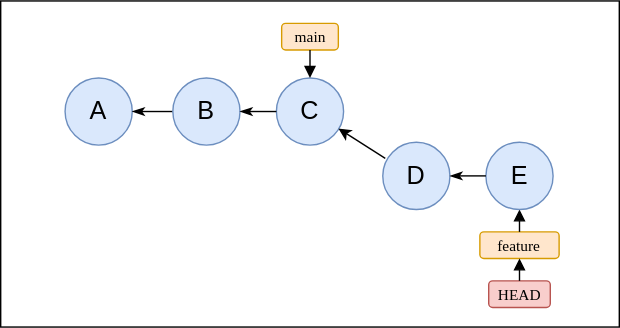
Earlier version of the draw.io export public/diagrams/git-branch-feature-commit.svg (datkumar/code-journal). Source tidied: cells renumbered, new cells last; positions are measured from the earlier drawing's top-left corner, leaving out a move shared by most shapes.
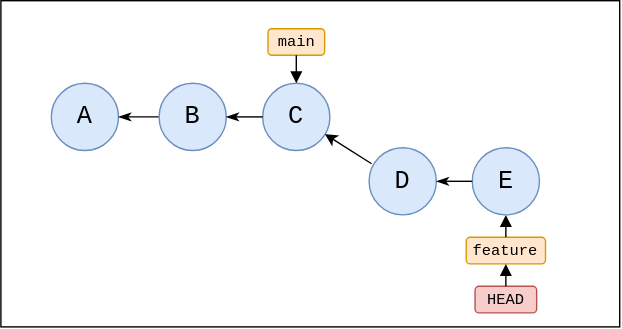
Later version of the same file.

What changed in the source:
```diff
@@ -2,52 +2,52 @@
   <root>
     <mxCell id="0" />
     <mxCell id="1" parent="0" />
-    <mxCell id="2" style="rounded=0;whiteSpace=wrap;html=1;" parent="1" vertex="1">
-      <mxGeometry width="442" height="233" as="geometry" />
+    <mxCell id="2" style="rounded=0;whiteSpace=wrap;html=1;fontFamily=monospace;fontColor=light-dark(#000000,#000000);" parent="1" vertex="1">
+      <mxGeometry x="10" y="-4" width="442" height="233" as="geometry" />
     </mxCell>
-    <mxCell id="3" value="A" style="ellipse;whiteSpace=wrap;html=1;fillColor=#dae8fc;strokeColor=#6c8ebf;fontSize=18;" parent="1" vertex="1">
+    <mxCell id="3" value="A" style="ellipse;whiteSpace=wrap;html=1;fillColor=#dae8fc;strokeColor=#6c8ebf;fontSize=18;fontFamily=monospace;fontColor=light-dark(#000000,#000000);" parent="1" vertex="1">
       <mxGeometry x="46" y="55" width="48" height="48" as="geometry" />
     </mxCell>
-    <mxCell id="4" style="endArrow=classicThin;html=1;rounded=0;exitX=0;exitY=0.5;exitDx=0;exitDy=0;entryX=1;entryY=0.5;entryDx=0;entryDy=0;endFill=1;" parent="1" edge="1" source="9" target="3">
+    <mxCell id="4" style="endArrow=classicThin;html=1;rounded=0;exitX=0;exitY=0.5;exitDx=0;exitDy=0;entryX=1;entryY=0.5;entryDx=0;entryDy=0;endFill=1;fontFamily=monospace;fontColor=light-dark(#000000,#000000);" parent="1" edge="1" source="9" target="3">
       <mxGeometry relative="1" as="geometry" />
     </mxCell>
-    <mxCell id="5" value="&lt;font&gt;HEAD&lt;/font&gt;" style="rounded=1;whiteSpace=wrap;html=1;fillColor=#f8cecc;strokeColor=#b85450;fontFamily=Fira Code;fontSize=11;align=center;verticalAlign=middle;" parent="1" vertex="1">
+    <mxCell id="5" value="&lt;font&gt;HEAD&lt;/font&gt;" style="rounded=1;whiteSpace=wrap;html=1;fillColor=#f8cecc;strokeColor=#b85450;fontFamily=monospace;fontSize=11;align=center;verticalAlign=middle;fontColor=light-dark(#000000,#000000);" parent="1" vertex="1">
       <mxGeometry x="348.7" y="200" width="44" height="19" as="geometry" />
     </mxCell>
-    <mxCell id="6" value="&lt;font&gt;main&lt;/font&gt;" style="rounded=1;whiteSpace=wrap;html=1;fillColor=#ffe6cc;strokeColor=#d79b00;fontFamily=Fira Code;fontSize=11;align=center;verticalAlign=middle;" parent="1" vertex="1">
+    <mxCell id="6" value="&lt;font&gt;main&lt;/font&gt;" style="rounded=1;whiteSpace=wrap;html=1;fillColor=#ffe6cc;strokeColor=#d79b00;fontFamily=monospace;fontSize=11;align=center;verticalAlign=middle;fontColor=light-dark(#000000,#000000);" parent="1" vertex="1">
       <mxGeometry x="200.8" y="16" width="40.5" height="19" as="geometry" />
     </mxCell>
-    <mxCell id="7" value="&lt;font&gt;feature&lt;/font&gt;" style="rounded=1;whiteSpace=wrap;html=1;fillColor=#ffe6cc;strokeColor=#d79b00;fontFamily=Fira Code;fontSize=11;align=center;verticalAlign=middle;" parent="1" vertex="1">
+    <mxCell id="7" value="&lt;font&gt;feature&lt;/font&gt;" style="rounded=1;whiteSpace=wrap;html=1;fillColor=#ffe6cc;strokeColor=#d79b00;fontFamily=monospace;fontSize=11;align=center;verticalAlign=middle;fontColor=light-dark(#000000,#000000);" parent="1" vertex="1">
       <mxGeometry x="342.4" y="165" width="56.6" height="19" as="geometry" />
     </mxCell>
-    <mxCell id="8" style="endArrow=block;html=1;rounded=0;exitX=0.5;exitY=0;exitDx=0;exitDy=0;endFill=1;entryX=0.5;entryY=1;entryDx=0;entryDy=0;" parent="1" edge="1" source="5" target="7">
+    <mxCell id="8" style="endArrow=block;html=1;rounded=0;exitX=0.5;exitY=0;exitDx=0;exitDy=0;endFill=1;entryX=0.5;entryY=1;entryDx=0;entryDy=0;fontFamily=monospace;fontColor=light-dark(#000000,#000000);" parent="1" edge="1" source="5" target="7">
       <mxGeometry relative="1" as="geometry" />
     </mxCell>
-    <mxCell id="9" value="B" style="ellipse;whiteSpace=wrap;html=1;fillColor=#dae8fc;strokeColor=#6c8ebf;fontSize=18;" parent="1" vertex="1">
+    <mxCell id="9" value="B" style="ellipse;whiteSpace=wrap;html=1;fillColor=#dae8fc;strokeColor=#6c8ebf;fontSize=18;fontFamily=monospace;fontColor=light-dark(#000000,#000000);" parent="1" vertex="1">
       <mxGeometry x="123" y="55" width="48" height="48" as="geometry" />
     </mxCell>
-    <mxCell id="10" value="C" style="ellipse;whiteSpace=wrap;html=1;fillColor=#dae8fc;strokeColor=#6c8ebf;fontSize=18;" parent="1" vertex="1">
+    <mxCell id="10" value="C" style="ellipse;whiteSpace=wrap;html=1;fillColor=#dae8fc;strokeColor=#6c8ebf;fontSize=18;fontFamily=monospace;fontColor=light-dark(#000000,#000000);" parent="1" vertex="1">
       <mxGeometry x="197" y="55" width="48" height="48" as="geometry" />
     </mxCell>
-    <mxCell id="11" style="endArrow=classicThin;html=1;rounded=0;exitX=0;exitY=0.5;exitDx=0;exitDy=0;entryX=1;entryY=0.5;entryDx=0;entryDy=0;endFill=1;" parent="1" edge="1" source="10" target="9">
+    <mxCell id="11" style="endArrow=classicThin;html=1;rounded=0;exitX=0;exitY=0.5;exitDx=0;exitDy=0;entryX=1;entryY=0.5;entryDx=0;entryDy=0;endFill=1;fontFamily=monospace;fontColor=light-dark(#000000,#000000);" parent="1" edge="1" source="10" target="9">
       <mxGeometry relative="1" as="geometry" />
     </mxCell>
-    <mxCell id="12" style="endArrow=block;html=1;rounded=0;exitX=0.5;exitY=1;exitDx=0;exitDy=0;endFill=1;entryX=0.5;entryY=0;entryDx=0;entryDy=0;" parent="1" edge="1" source="6" target="10">
+    <mxCell id="12" style="endArrow=block;html=1;rounded=0;exitX=0.5;exitY=1;exitDx=0;exitDy=0;endFill=1;entryX=0.5;entryY=0;entryDx=0;entryDy=0;fontFamily=monospace;fontColor=light-dark(#000000,#000000);" parent="1" edge="1" source="6" target="10">
       <mxGeometry relative="1" as="geometry" />
     </mxCell>
-    <mxCell id="13" style="endArrow=block;html=1;rounded=0;exitX=0.5;exitY=0;exitDx=0;exitDy=0;endFill=1;entryX=0.5;entryY=1;entryDx=0;entryDy=0;" parent="1" edge="1" source="7" target="15">
+    <mxCell id="13" style="endArrow=block;html=1;rounded=0;exitX=0.5;exitY=0;exitDx=0;exitDy=0;endFill=1;entryX=0.5;entryY=1;entryDx=0;entryDy=0;fontFamily=monospace;fontColor=light-dark(#000000,#000000);" parent="1" edge="1" source="7" target="15">
       <mxGeometry relative="1" as="geometry" />
     </mxCell>
-    <mxCell id="14" value="D" style="ellipse;whiteSpace=wrap;html=1;fillColor=#dae8fc;strokeColor=#6c8ebf;fontSize=18;" parent="1" vertex="1">
+    <mxCell id="14" value="D" style="ellipse;whiteSpace=wrap;html=1;fillColor=#dae8fc;strokeColor=#6c8ebf;fontSize=18;fontFamily=monospace;fontColor=light-dark(#000000,#000000);" parent="1" vertex="1">
       <mxGeometry x="273" y="101" width="48" height="48" as="geometry" />
     </mxCell>
-    <mxCell id="15" value="E" style="ellipse;whiteSpace=wrap;html=1;fillColor=#dae8fc;strokeColor=#6c8ebf;fontSize=18;" parent="1" vertex="1">
+    <mxCell id="15" value="E" style="ellipse;whiteSpace=wrap;html=1;fillColor=#dae8fc;strokeColor=#6c8ebf;fontSize=18;fontFamily=monospace;fontColor=light-dark(#000000,#000000);" parent="1" vertex="1">
       <mxGeometry x="346.7" y="101" width="48" height="48" as="geometry" />
     </mxCell>
-    <mxCell id="16" style="endArrow=classicThin;html=1;rounded=0;exitX=0;exitY=0.5;exitDx=0;exitDy=0;entryX=1;entryY=0.5;entryDx=0;entryDy=0;endFill=1;" parent="1" edge="1" source="15" target="14">
+    <mxCell id="16" style="endArrow=classicThin;html=1;rounded=0;exitX=0;exitY=0.5;exitDx=0;exitDy=0;entryX=1;entryY=0.5;entryDx=0;entryDy=0;endFill=1;fontFamily=monospace;fontColor=light-dark(#000000,#000000);" parent="1" edge="1" source="15" target="14">
       <mxGeometry relative="1" as="geometry" />
     </mxCell>
-    <mxCell id="17" style="rounded=0;jettySize=auto;html=1;exitX=0.037;exitY=0.239;exitDx=0;exitDy=0;entryX=0.925;entryY=0.755;entryDx=0;entryDy=0;entryPerimeter=0;exitPerimeter=0;" parent="1" edge="1" source="14" target="10">
+    <mxCell id="17" style="rounded=0;jettySize=auto;html=1;exitX=0.037;exitY=0.239;exitDx=0;exitDy=0;entryX=0.925;entryY=0.755;entryDx=0;entryDy=0;entryPerimeter=0;exitPerimeter=0;fontFamily=monospace;fontColor=light-dark(#000000,#000000);" parent="1" edge="1" source="14" target="10">
       <mxGeometry relative="1" as="geometry" />
     </mxCell>
   </root>
```
